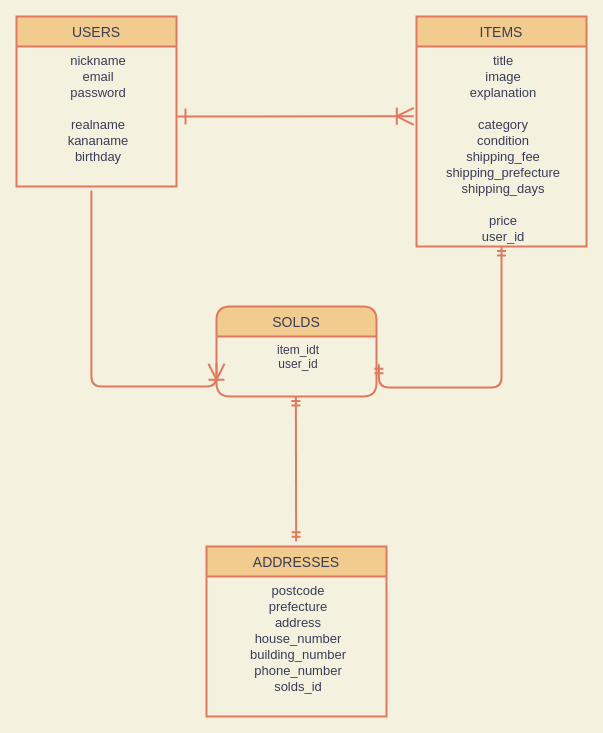
The draw.io diagram furima.dio in ZUNMASUI/furima-33472, before the edit. Source tidied: cells renumbered, new cells numbered last; positions are measured from the earlier drawing's top-left corner, leaving out a move shared by most shapes. Both pictures are drawn from the tidied source at 100%, with x=0, y=0 at pixel (16, 16).
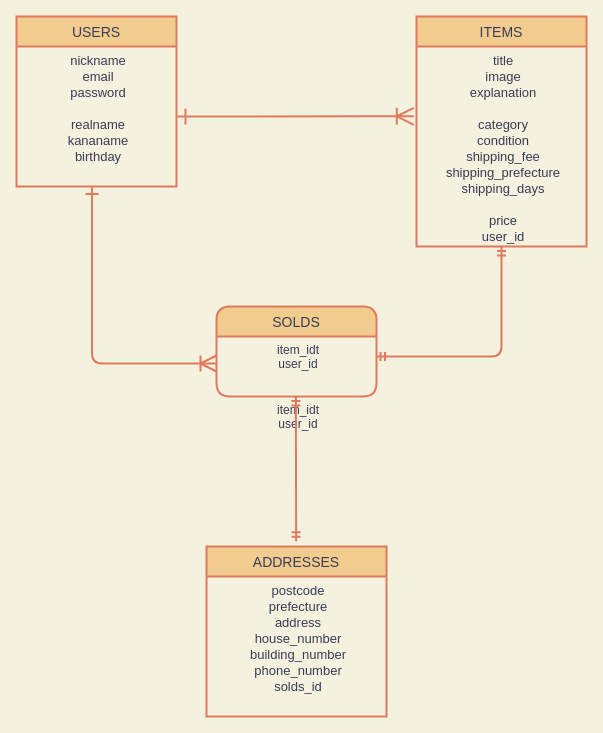
The same page after the edit.

What changed in the source:
```diff
@@
 <mxGraphModel background="#F4F1DE">
   <root>
     <mxCell id="0" />
     <mxCell id="1" parent="0" />
     <mxCell id="2" value="USERS" style="swimlane;horizontal=1;startSize=30;fontSize=14;fontStyle=0;strokeWidth=2;shadow=0;dashed=0;align=center;fillColor=#F2CC8F;strokeColor=#E07A5F;fontColor=#393C56;" parent="1" vertex="1">
       <mxGeometry width="160" height="170" as="geometry" />
     </mxCell>
     <mxCell id="3" value="nickname&#10;email&#10;password&#10;&#10;realname&#10;kananame&#10;birthday" style="align=center;strokeColor=none;fillColor=none;spacingLeft=4;fontSize=13;verticalAlign=top;fontColor=#393C56;" parent="2" vertex="1">
       <mxGeometry y="30" width="160" height="140" as="geometry" />
     </mxCell>
     <mxCell id="4" value="ITEMS" style="swimlane;horizontal=1;startSize=30;fontSize=14;fontStyle=0;strokeWidth=2;shadow=0;dashed=0;align=center;fillColor=#F2CC8F;strokeColor=#E07A5F;fontColor=#393C56;" parent="1" vertex="1">
       <mxGeometry x="400" width="170" height="230" as="geometry" />
     </mxCell>
     <mxCell id="5" value="title&#10;image&#10;explanation&#10;&#10;category&#10;condition&#10;shipping_fee&#10;shipping_prefecture&#10;shipping_days&#10;&#10;price&#10;user_id&#10;" style="align=center;strokeColor=none;fillColor=none;spacingLeft=4;fontSize=13;verticalAlign=top;fontColor=#393C56;" parent="4" vertex="1">
       <mxGeometry y="30" width="170" height="200" as="geometry" />
     </mxCell>
     <mxCell id="6" value="ADDRESSES" style="swimlane;horizontal=1;startSize=30;fontSize=14;fontStyle=0;strokeWidth=2;shadow=0;dashed=0;align=center;fillColor=#F2CC8F;strokeColor=#E07A5F;fontColor=#393C56;" parent="1" vertex="1">
       <mxGeometry x="190" y="530" width="180" height="170" as="geometry" />
     </mxCell>
     <mxCell id="7" value="postcode&#10;prefecture&#10;address&#10;house_number&#10;building_number&#10;phone_number&#10;solds_id" style="align=center;strokeColor=none;fillColor=none;spacingLeft=4;fontSize=13;verticalAlign=top;fontColor=#393C56;" parent="6" vertex="1">
       <mxGeometry y="30" width="180" height="140" as="geometry" />
     </mxCell>
     <mxCell id="8" style="edgeStyle=entityRelationEdgeStyle;fontSize=12;html=1;endArrow=ERoneToMany;entryX=-0.016;entryY=0.349;entryDx=0;entryDy=0;entryPerimeter=0;fillColor=#F2CC8F;endFill=0;strokeColor=#E07A5F;strokeWidth=2;startArrow=ERone;startFill=0;endSize=14;sourcePerimeterSpacing=1;targetPerimeterSpacing=3;startSize=13;labelBackgroundColor=#F4F1DE;fontColor=#393C56;" parent="1" edge="1" source="3" target="5">
       <mxGeometry relative="1" as="geometry" />
     </mxCell>
-    <mxCell id="9" style="edgeStyle=orthogonalEdgeStyle;fontSize=12;html=1;endArrow=ERmandOne;startArrow=ERmandOne;strokeColor=#E07A5F;strokeWidth=2;entryX=0.5;entryY=1;entryDx=0;entryDy=0;labelBackgroundColor=#F4F1DE;fontColor=#393C56;exitX=1.015;exitY=0.461;exitDx=0;exitDy=0;exitPerimeter=0;" parent="1" edge="1" source="11" target="5">
+    <mxCell id="9" style="edgeStyle=orthogonalEdgeStyle;fontSize=12;html=1;endArrow=ERmandOne;startArrow=ERmandOne;strokeColor=#E07A5F;strokeWidth=2;entryX=0.5;entryY=1;entryDx=0;entryDy=0;labelBackgroundColor=#F4F1DE;fontColor=#393C56;exitX=0.997;exitY=0.333;exitDx=0;exitDy=0;exitPerimeter=0;" parent="1" edge="1" source="11" target="5">
       <mxGeometry relative="1" as="geometry">
         <Array as="points">
-          <mxPoint x="485" y="371" />
+          <mxPoint x="485" y="340" />
         </Array>
       </mxGeometry>
     </mxCell>
     <mxCell id="10" value="SOLDS" style="swimlane;horizontal=1;startSize=30;rounded=1;fontSize=14;fontStyle=0;strokeWidth=2;shadow=0;dashed=0;align=center;strokeColor=#E07A5F;fontColor=#393C56;fillColor=#F2CC8F;" parent="1" vertex="1">
       <mxGeometry x="200" y="290" width="160" height="90" as="geometry" />
     </mxCell>
     <mxCell id="11" value="item_idt&#10;user_id" style="align=center;strokeColor=none;fillColor=none;spacingLeft=4;fontSize=12;verticalAlign=top;fontColor=#393C56;" parent="10" vertex="1">
       <mxGeometry y="30" width="160" height="60" as="geometry" />
     </mxCell>
+    <mxCell id="14" value="item_idt&#10;user_id" style="align=center;strokeColor=none;fillColor=none;spacingLeft=4;fontSize=12;verticalAlign=top;fontColor=#393C56;" parent="10" vertex="1">
+      <mxGeometry y="90" width="160" as="geometry" />
+    </mxCell>
-    <mxCell id="12" style="edgeStyle=elbowEdgeStyle;fontSize=12;html=1;endArrow=ERoneToMany;strokeColor=#E07A5F;fillColor=#F2CC8F;exitX=0.468;exitY=1.028;exitDx=0;exitDy=0;exitPerimeter=0;elbow=vertical;strokeWidth=2;entryX=0;entryY=0.455;entryDx=0;entryDy=0;entryPerimeter=0;startSize=10;endSize=13;" parent="1" edge="1" source="3" target="11">
+    <mxCell id="12" style="edgeStyle=elbowEdgeStyle;fontSize=12;html=1;endArrow=ERoneToMany;strokeColor=#E07A5F;fillColor=#F2CC8F;elbow=vertical;strokeWidth=2;entryX=0;entryY=0.455;entryDx=0;entryDy=0;entryPerimeter=0;startSize=10;endSize=13;exitX=0.472;exitY=1.007;exitDx=0;exitDy=0;exitPerimeter=0;startArrow=ERone;startFill=0;" parent="1" edge="1" source="3" target="11">
       <mxGeometry relative="1" as="geometry">
         <Array as="points">
-          <mxPoint x="90" y="370" />
+          <mxPoint x="130" y="347" />
         </Array>
       </mxGeometry>
     </mxCell>
     <mxCell id="13" style="fontSize=12;html=1;endArrow=ERmandOne;startArrow=ERmandOne;strokeColor=#E07A5F;strokeWidth=2;fillColor=#F2CC8F;exitX=0.498;exitY=-0.031;exitDx=0;exitDy=0;exitPerimeter=0;entryX=0.496;entryY=1.001;entryDx=0;entryDy=0;entryPerimeter=0;" parent="1" edge="1" source="6" target="11">
       <mxGeometry relative="1" as="geometry" />
     </mxCell>
   </root>
 </mxGraphModel>
```
